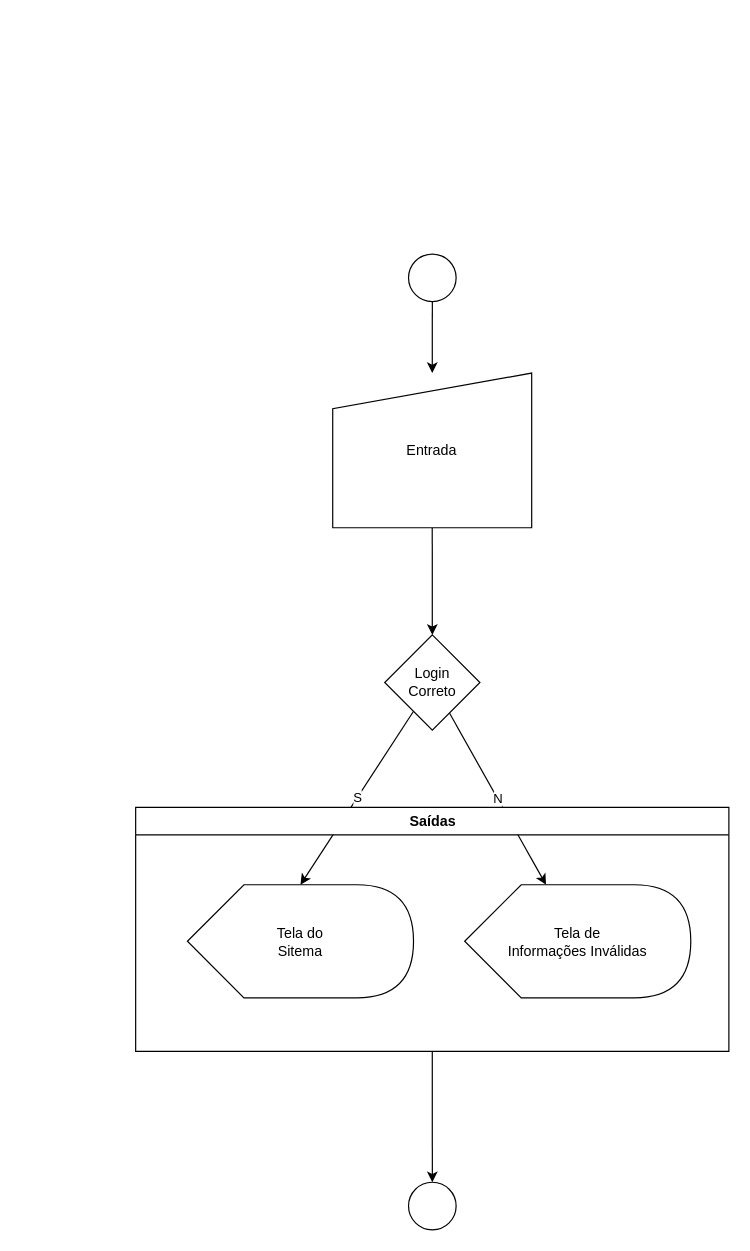
Before: Diagrama sem nome.drawio in h4mn/fatec_tarefas, a draw.io diagram. Source tidied: cells renumbered, new cells numbered last; positions are measured from the earlier drawing's top-left corner, leaving out a move shared by most shapes. Both pictures are drawn from the tidied source at 119%, with x=0, y=0 at pixel (134, 253).
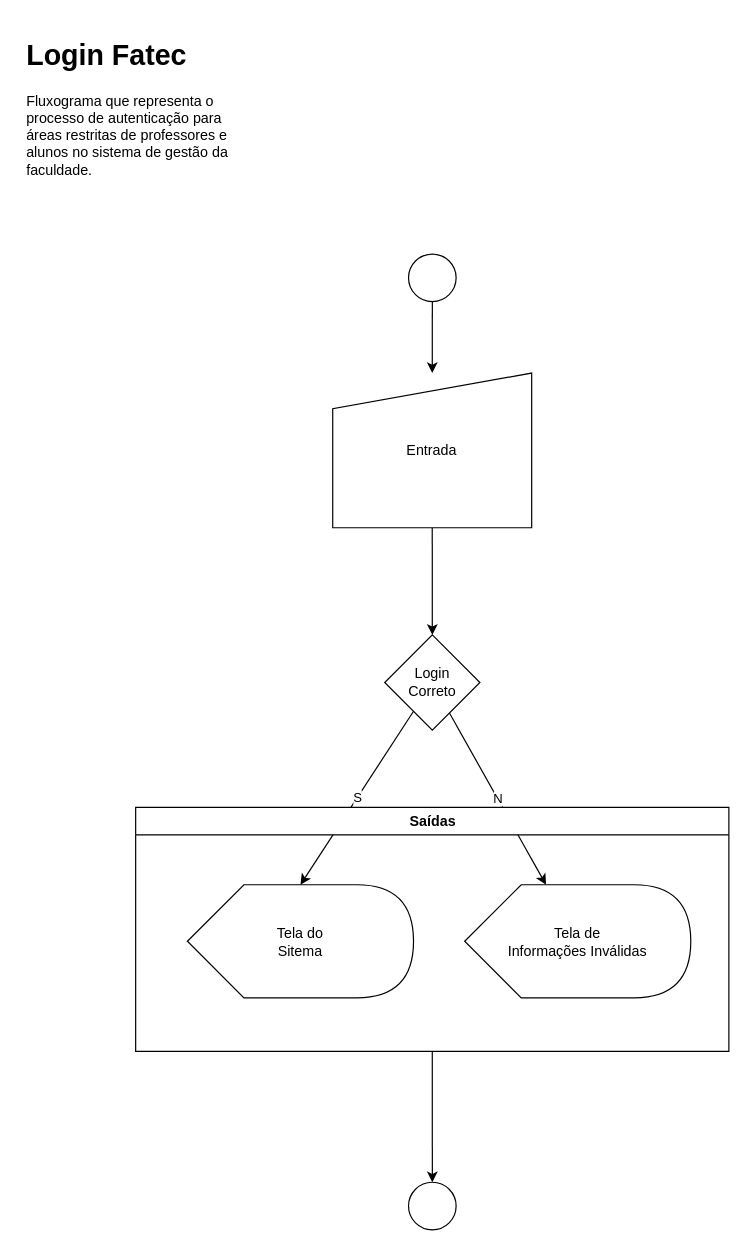
The same page after the edit.

Change to the diagram source:
```diff
@@
 <mxGraphModel>
   <root>
     <mxCell id="0" />
     <mxCell id="1" parent="0" />
     <mxCell id="2" value="S" style="edgeStyle=none;rounded=0;jettySize=auto;html=1;entryX=0;entryY=0;entryDx=95;entryDy=0;entryPerimeter=0;" parent="1" edge="1" source="7" target="11">
       <mxGeometry relative="1" as="geometry" />
     </mxCell>
     <mxCell id="3" style="edgeStyle=none;rounded=0;jettySize=auto;html=1;" parent="1" edge="1" source="4" target="13">
       <mxGeometry relative="1" as="geometry" />
     </mxCell>
     <mxCell id="4" style="ellipse;whiteSpace=wrap;html=1;" parent="1" vertex="1">
       <mxGeometry x="229.8" width="40" height="40" as="geometry" />
     </mxCell>
     <mxCell id="5" style="ellipse;whiteSpace=wrap;html=1;" parent="1" vertex="1">
       <mxGeometry x="229.8" y="780" width="40" height="40" as="geometry" />
     </mxCell>
     <mxCell id="6" value="N" style="edgeStyle=none;rounded=0;jettySize=auto;html=1;" parent="1" edge="1" source="7" target="10">
       <mxGeometry relative="1" as="geometry" />
     </mxCell>
     <mxCell id="7" value="Login&lt;br&gt;Correto" style="rhombus;whiteSpace=wrap;html=1;" parent="1" vertex="1">
       <mxGeometry x="209.8" y="320" width="80" height="80" as="geometry" />
     </mxCell>
     <mxCell id="8" style="edgeStyle=none;rounded=0;jettySize=auto;html=1;" parent="1" edge="1" source="9" target="5">
       <mxGeometry relative="1" as="geometry" />
     </mxCell>
     <mxCell id="9" value="Saídas" style="swimlane;whiteSpace=wrap;html=1;" parent="1" vertex="1">
       <mxGeometry x="0.5" y="465" width="498.5" height="205" as="geometry" />
     </mxCell>
     <mxCell id="10" value="Tela de &lt;br&gt;Informações Inválidas" style="shape=display;whiteSpace=wrap;html=1;" parent="9" vertex="1">
       <mxGeometry x="276.5" y="65" width="190" height="95" as="geometry" />
     </mxCell>
     <mxCell id="11" value="Tela do&lt;br&gt;Sitema" style="shape=display;whiteSpace=wrap;html=1;" parent="9" vertex="1">
       <mxGeometry x="43.5" y="65" width="190" height="95" as="geometry" />
     </mxCell>
     <mxCell id="12" style="edgeStyle=none;rounded=0;jettySize=auto;html=1;" parent="1" edge="1" source="13" target="7">
       <mxGeometry relative="1" as="geometry" />
     </mxCell>
     <mxCell id="13" value="Entrada" style="shape=manualInput;whiteSpace=wrap;html=1;" parent="1" vertex="1">
       <mxGeometry x="166.1" y="100" width="167.2" height="130" as="geometry" />
     </mxCell>
+    <mxCell id="14" value="&lt;h1&gt;Login Fatec&lt;/h1&gt;&lt;p&gt;Fluxograma que representa o processo de autenticação para áreas restritas de professores e alunos no sistema de gestão da faculdade.&lt;/p&gt;" style="text;html=1;strokeColor=none;fillColor=none;spacing=5;spacingTop=-20;whiteSpace=wrap;overflow=hidden;rounded=0;" parent="1" vertex="1">
+      <mxGeometry x="-96" y="-186" width="190" height="140" as="geometry" />
+    </mxCell>
   </root>
 </mxGraphModel>
```
